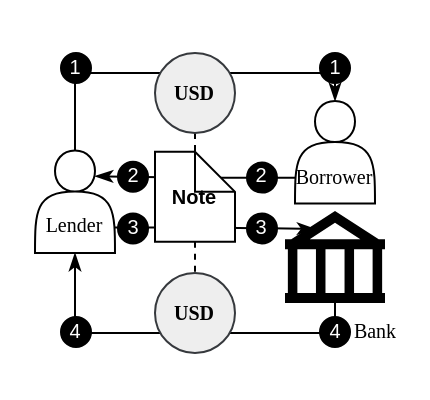
Earlier version of the draw.io diagram diagrams/discounting.drawio (lyc0603/tvl-measurement). Source tidied: cells renumbered, new cells numbered last; positions are measured from the earlier drawing's top-left corner, leaving out a move shared by most shapes. Both pictures are drawn from the tidied source at 200%, with x=0, y=0 at pixel (34, 52).
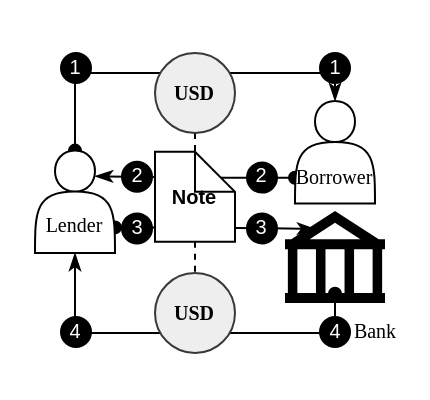
The same page after the edit.

The change refers to these unchanged cells:
```xml
<mxCell id="4" value="&lt;br&gt;&lt;br&gt;Lender" style="shape=actor;whiteSpace=wrap;html=1;fontSize=10;fontFamily=Times New Roman;verticalAlign=middle;" parent="1" vertex="1">
  <mxGeometry y="48.8" width="40" height="51.2" as="geometry" />
</mxCell>
<mxCell id="11" value="&lt;br&gt;&lt;br&gt;Borrower" style="shape=actor;whiteSpace=wrap;html=1;fontSize=10;fontFamily=Times New Roman;verticalAlign=middle;" parent="1" vertex="1">
  <mxGeometry x="130" y="24" width="40" height="51.2" as="geometry" />
</mxCell>
<mxCell id="13" value="&lt;font face=&quot;Times New Roman&quot; style=&quot;font-size: 10px;&quot;&gt;&amp;nbsp; &amp;nbsp; &amp;nbsp; &amp;nbsp; &amp;nbsp; &amp;nbsp;&lt;span style=&quot;white-space: pre;&quot;&gt;&#9;&lt;/span&gt;Bank&lt;/font&gt;" style="shape=mxgraph.signs.travel.bank;html=1;fillColor=#000000;strokeColor=none;verticalLabelPosition=bottom;verticalAlign=top;align=center;" parent="1" vertex="1">
  <mxGeometry x="125" y="79" width="50" height="46" as="geometry" />
</mxCell>
```

Change to the diagram source:
```diff
@@
-    <mxCell id="2" style="edgeStyle=orthogonalEdgeStyle;rounded=1;jettySize=auto;html=1;exitX=0.5;exitY=0;exitDx=0;exitDy=0;entryX=0.5;entryY=0;entryDx=0;entryDy=0;endArrow=classicThin;endFill=1;arcSize=5;fillColor=#1ba1e2;strokeColor=#000000;" parent="1" edge="1" source="4" target="11">
+    <mxCell id="2" style="edgeStyle=orthogonalEdgeStyle;rounded=1;jettySize=auto;html=1;exitX=0.5;exitY=0;exitDx=0;exitDy=0;entryX=0.5;entryY=0;entryDx=0;entryDy=0;endArrow=classicThin;endFill=1;arcSize=5;fillColor=#1ba1e2;strokeColor=#000000;startArrow=oval;startFill=1;" parent="1" edge="1" source="4" target="11">
       <mxGeometry relative="1" as="geometry">
         <Array as="points">
           <mxPoint x="20" y="10" />
           <mxPoint x="150" y="10" />
         </Array>
       </mxGeometry>
     </mxCell>
-    <mxCell id="3" style="edgeStyle=orthogonalEdgeStyle;rounded=1;jettySize=auto;html=1;exitX=1;exitY=0.75;exitDx=0;exitDy=0;entryX=0.301;entryY=0.195;entryDx=0;entryDy=0;entryPerimeter=0;strokeColor=#000000;endArrow=classicThin;endFill=1;arcSize=5;fillColor=#d80073;" parent="1" edge="1" source="4" target="13">
+    <mxCell id="3" style="edgeStyle=orthogonalEdgeStyle;rounded=1;jettySize=auto;html=1;exitX=1;exitY=0.75;exitDx=0;exitDy=0;entryX=0.301;entryY=0.195;entryDx=0;entryDy=0;entryPerimeter=0;strokeColor=#000000;endArrow=classicThin;endFill=1;arcSize=5;fillColor=#d80073;startArrow=oval;startFill=1;" parent="1" edge="1" source="4" target="13">
       <mxGeometry relative="1" as="geometry" />
     </mxCell>
@@
-    <mxCell id="5" style="edgeStyle=orthogonalEdgeStyle;rounded=1;jettySize=auto;html=1;exitX=0.5;exitY=1;exitDx=0;exitDy=0;exitPerimeter=0;entryX=0.5;entryY=1;entryDx=0;entryDy=0;strokeColor=#000000;endArrow=classicThin;endFill=1;arcSize=5;fillColor=#008a00;" parent="1" edge="1" target="4">
+    <mxCell id="5" style="edgeStyle=orthogonalEdgeStyle;rounded=1;jettySize=auto;html=1;exitX=0.5;exitY=1;exitDx=0;exitDy=0;exitPerimeter=0;entryX=0.5;entryY=1;entryDx=0;entryDy=0;strokeColor=#000000;endArrow=classicThin;endFill=1;arcSize=5;fillColor=#008a00;startArrow=oval;startFill=1;" parent="1" edge="1" target="4">
       <mxGeometry relative="1" as="geometry">
         <mxPoint x="150" y="120.4" as="sourcePoint" />
         <Array as="points">
           <mxPoint x="150" y="140" />
           <mxPoint x="20" y="140" />
         </Array>
       </mxGeometry>
     </mxCell>
-    <mxCell id="6" style="edgeStyle=orthogonalEdgeStyle;rounded=1;jettySize=auto;html=1;exitX=0;exitY=0.75;exitDx=0;exitDy=0;entryX=0.75;entryY=0.25;entryDx=0;entryDy=0;entryPerimeter=0;strokeColor=#000000;endArrow=classicThin;endFill=1;arcSize=5;fillColor=#008a00;" parent="1" edge="1" source="11" target="4">
+    <mxCell id="6" style="edgeStyle=orthogonalEdgeStyle;rounded=1;jettySize=auto;html=1;exitX=0;exitY=0.75;exitDx=0;exitDy=0;entryX=0.75;entryY=0.25;entryDx=0;entryDy=0;entryPerimeter=0;strokeColor=#000000;endArrow=classicThin;endFill=1;arcSize=5;fillColor=#008a00;startArrow=oval;startFill=1;" parent="1" edge="1" source="11" target="4">
       <mxGeometry relative="1" as="geometry" />
     </mxCell>
@@
     <mxCell id="16" value="&lt;p style=&quot;line-height: 270%;&quot;&gt;&lt;font style=&quot;font-size: 10px;&quot;&gt;2&lt;/font&gt;&lt;/p&gt;" style="ellipse;whiteSpace=wrap;html=1;fontSize=7;labelBackgroundColor=none;fontColor=#FFFFFF;fillColor=#000000;align=center;" parent="1" vertex="1">
-      <mxGeometry x="41.5" y="54.4" width="15" height="15" as="geometry" />
+      <mxGeometry x="43.5" y="54.4" width="15" height="15" as="geometry" />
     </mxCell>
@@
     <mxCell id="18" value="&lt;p style=&quot;line-height: 270%;&quot;&gt;&lt;font style=&quot;font-size: 10px;&quot;&gt;3&lt;/font&gt;&lt;/p&gt;" style="ellipse;whiteSpace=wrap;html=1;fontSize=7;labelBackgroundColor=none;fontColor=#FFFFFF;fillColor=#000000;align=center;" parent="1" vertex="1">
-      <mxGeometry x="41.5" y="80.2" width="15" height="15" as="geometry" />
+      <mxGeometry x="43.5" y="80.2" width="15" height="15" as="geometry" />
     </mxCell>
```
